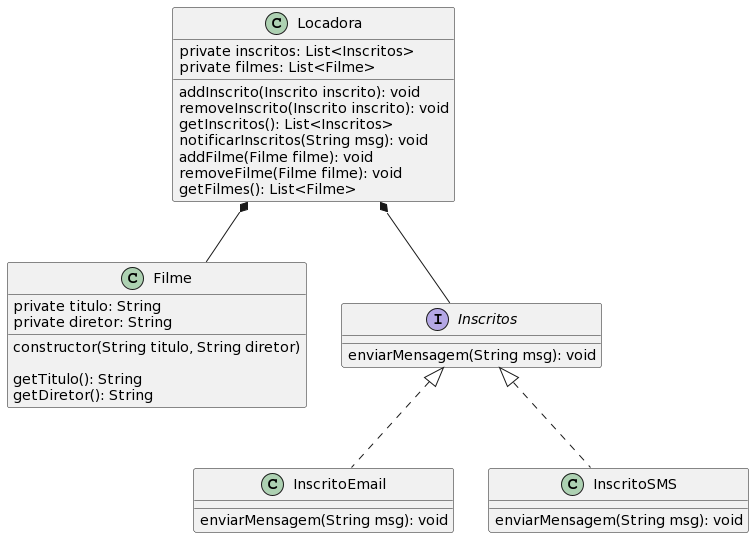
Before: engenharia de software 3/observer/images/observer.png, a diagram exported from PlantUML (thaleskerber/bertoti).
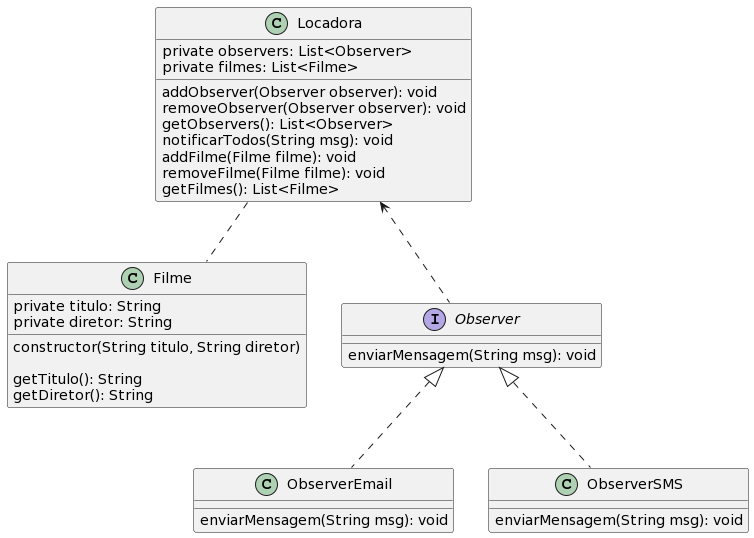
Above is the later version.

The edit, as a diff of the source:
```diff
@@ -1,12 +1,12 @@
 @startuml
 class Locadora {
-  private inscritos: List<Inscritos>
+  private observers: List<Observer>
   private filmes: List<Filme>
 
-  addInscrito(Inscrito inscrito): void
-  removeInscrito(Inscrito inscrito): void
-  getInscritos(): List<Inscritos>
-  notificarInscritos(String msg): void
+  addObserver(Observer observer): void
+  removeObserver(Observer observer): void
+  getObservers(): List<Observer>
+  notificarTodos(String msg): void
   addFilme(Filme filme): void
   removeFilme(Filme filme): void
   getFilmes(): List<Filme>
@@ -22,18 +22,18 @@
   getDiretor(): String
 }
 
-interface Inscritos {
+interface Observer {
   enviarMensagem(String msg): void
 }
 
-class InscritoEmail implements Inscritos {
+class ObserverEmail implements Observer {
   enviarMensagem(String msg): void
 }
 
-class InscritoSMS implements Inscritos {
+class ObserverSMS implements Observer {
   enviarMensagem(String msg): void
 }
 
-Locadora *-- Inscritos
-Locadora *-- Filme
+Locadora <.. Observer
+Locadora .. Filme
 @enduml
```
